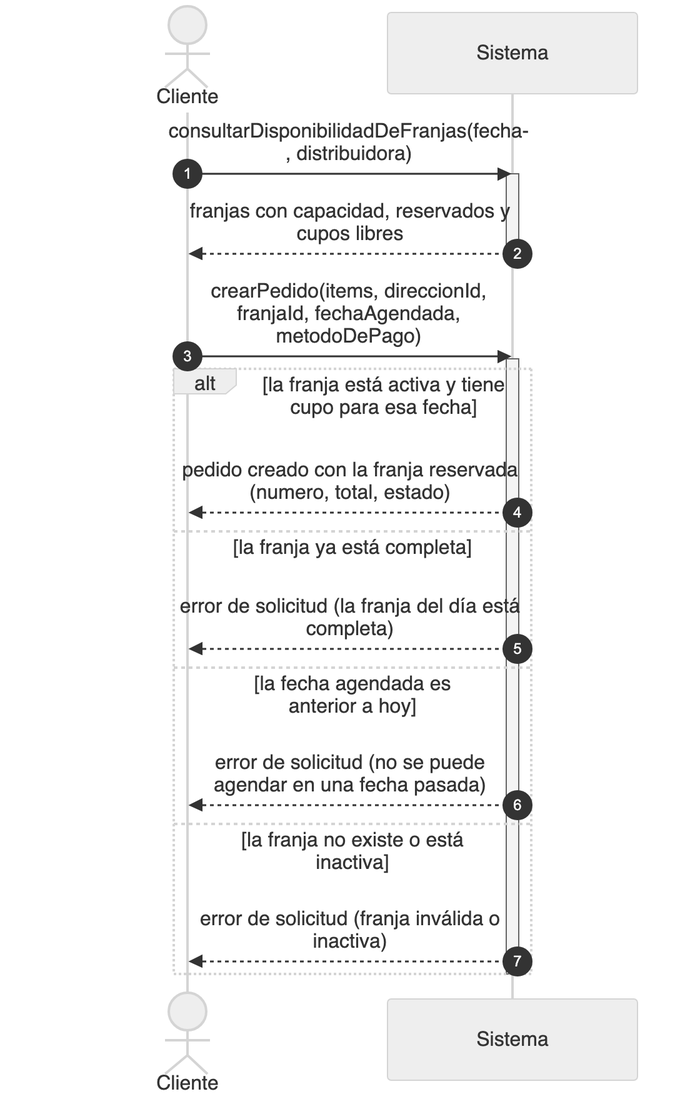
Nahuelito-Dev/splg-docs keeps this Mermaid diagram as diagramas/png/DSS_CU-044_Seleccionar-Franja-Horaria-Al-Crear-Pedido.png. Above is the earlier version. Its source is kept beside it as diagramas/DSS_CU-044_Seleccionar-Franja-Horaria-Al-Crear-Pedido.mmd.
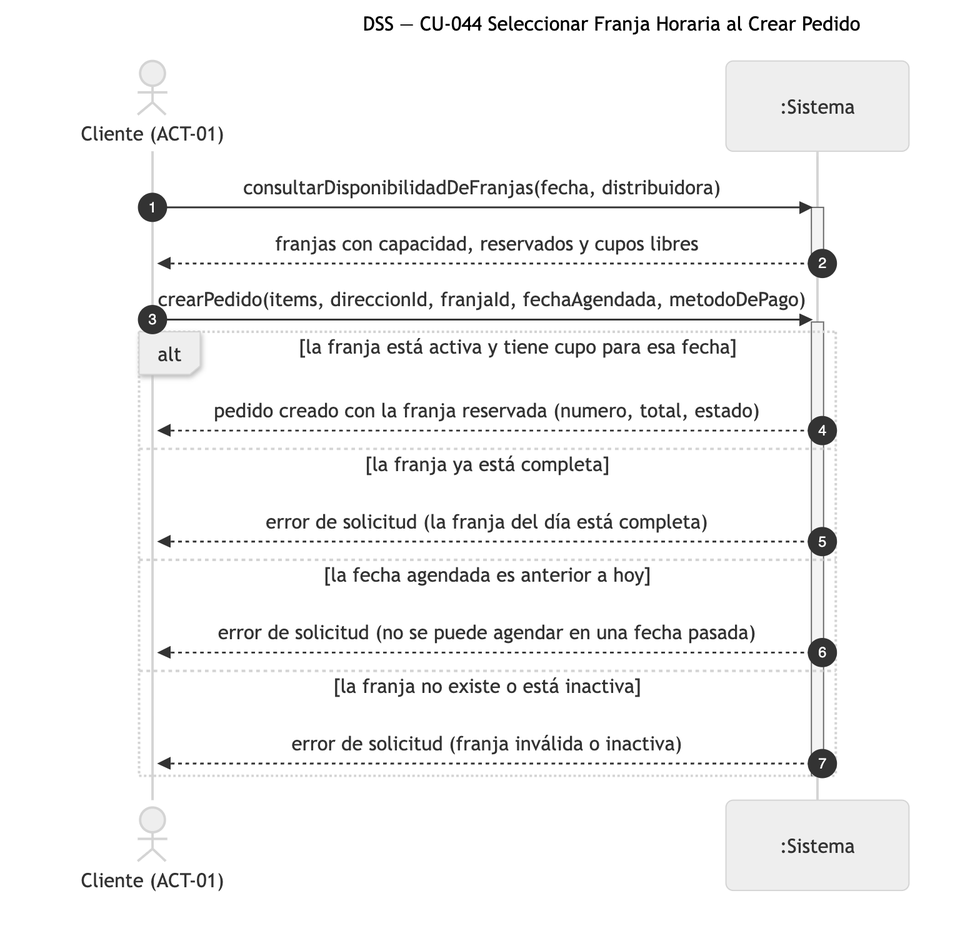
Above is the later version.

The edit, as a diff of the source:
```diff
@@ -1,8 +1,8 @@
 sequenceDiagram
-    title DSS — CU-044 Seleccionar Franja Horaria Al Crear Pedido
+    title DSS — CU-044 Seleccionar Franja Horaria al Crear Pedido
     autonumber
-    actor CLI as Cliente
-    participant SIS as Sistema
+    actor CLI as Cliente (ACT-01)
+    participant SIS as :Sistema
 
     CLI->>SIS: consultarDisponibilidadDeFranjas(fecha, distribuidora)
     activate SIS
```
